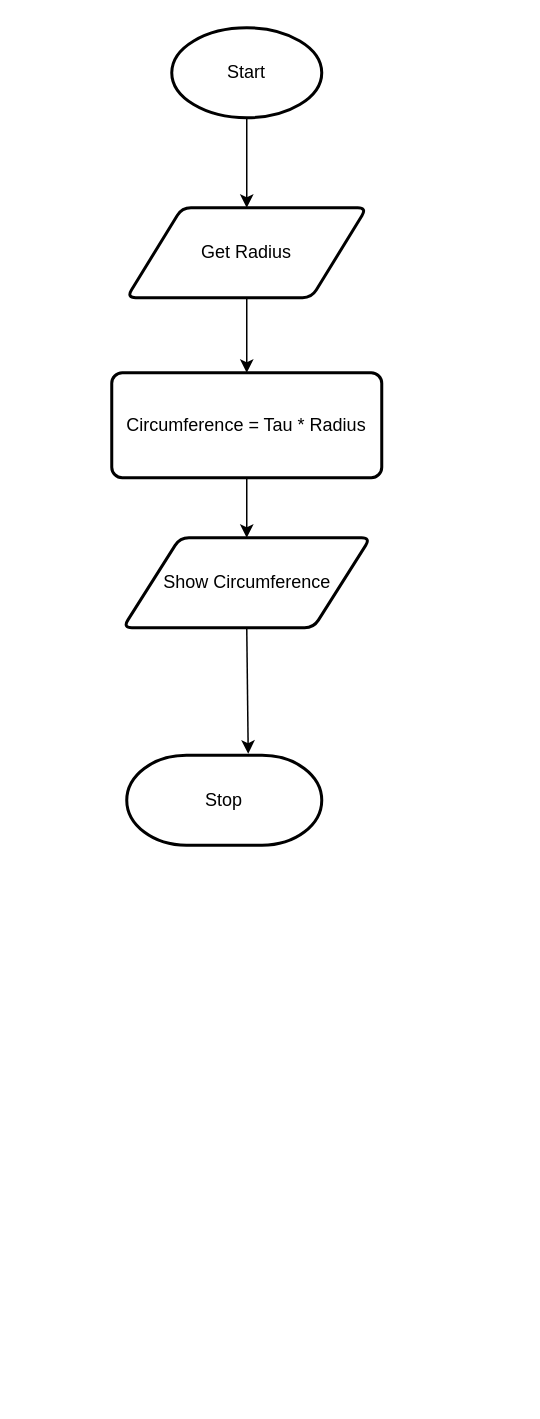
Ethan-Prieur1/ICS3U-Unit4-07-Python keeps this draw.io diagram as flowchart.drawio. Above is the earlier version. Source tidied: cells renumbered, new cells numbered last; positions are measured from the earlier drawing's top-left corner, leaving out a move shared by most shapes. Both pictures are drawn from the tidied source at 150%, with x=0, y=0 at pixel (111, 27).
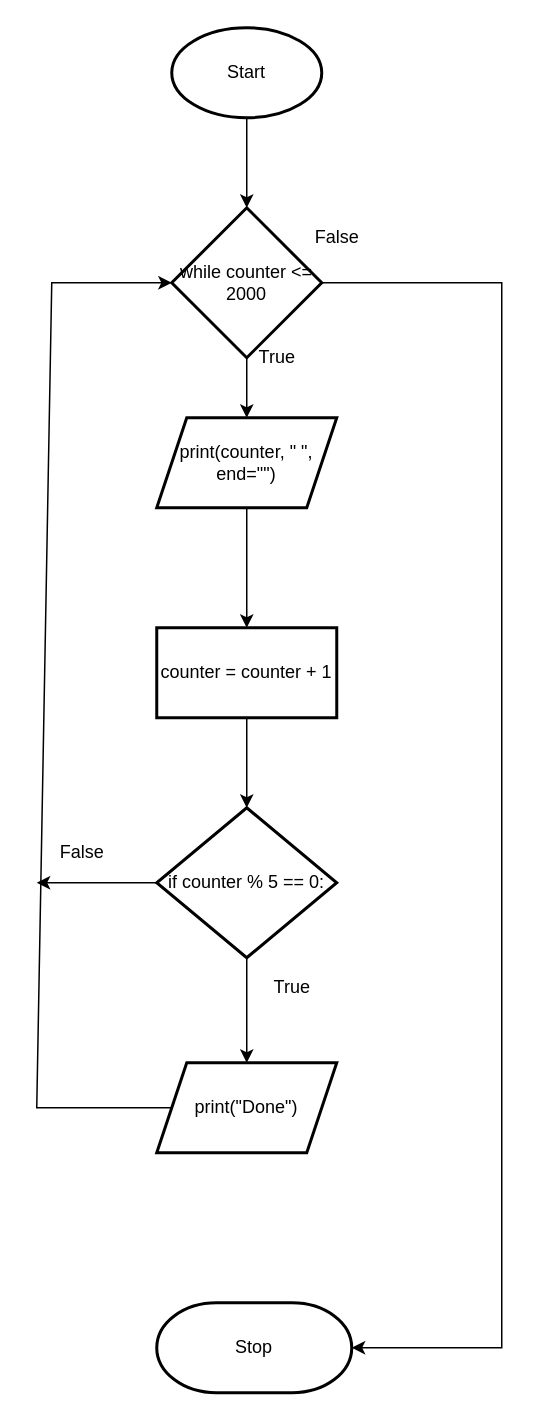
The same page after the edit.

Unchanged cells that the change refers to:
```xml
<mxCell id="3" value="Start" style="strokeWidth=2;html=1;shape=mxgraph.flowchart.start_1;whiteSpace=wrap;" parent="1" vertex="1">
  <mxGeometry x="40" width="100" height="60" as="geometry" />
</mxCell>
```

Change to the diagram source:
```diff
@@
-    <mxCell id="2" style="edgeStyle=none;html=1;exitX=0.5;exitY=1;exitDx=0;exitDy=0;exitPerimeter=0;entryX=0.5;entryY=0;entryDx=0;entryDy=0;" parent="1" edge="1" source="3" target="5">
-      <mxGeometry relative="1" as="geometry" />
+    <mxCell id="2" style="edgeStyle=none;html=1;exitX=0.5;exitY=1;exitDx=0;exitDy=0;exitPerimeter=0;entryX=0.5;entryY=0;entryDx=0;entryDy=0;" parent="1" edge="1" source="3">
+      <mxGeometry relative="1" as="geometry">
+        <mxPoint x="90" y="120" as="targetPoint" />
+      </mxGeometry>
     </mxCell>
@@
-    <mxCell id="4" style="edgeStyle=none;html=1;exitX=0.5;exitY=1;exitDx=0;exitDy=0;entryX=0.5;entryY=0;entryDx=0;entryDy=0;" parent="1" edge="1" source="5" target="7">
-      <mxGeometry relative="1" as="geometry" />
-    </mxCell>
-    <mxCell id="5" value="Get Radius" style="shape=parallelogram;html=1;strokeWidth=2;perimeter=parallelogramPerimeter;whiteSpace=wrap;rounded=1;arcSize=12;size=0.23;" parent="1" vertex="1">
-      <mxGeometry x="10" y="120" width="160" height="60" as="geometry" />
-    </mxCell>
-    <mxCell id="6" style="edgeStyle=none;html=1;exitX=0.5;exitY=1;exitDx=0;exitDy=0;entryX=0.5;entryY=0;entryDx=0;entryDy=0;" parent="1" edge="1" source="7" target="9">
-      <mxGeometry relative="1" as="geometry" />
-    </mxCell>
-    <mxCell id="7" value="Circumference = Tau * Radius" style="rounded=1;whiteSpace=wrap;html=1;absoluteArcSize=1;arcSize=14;strokeWidth=2;" parent="1" vertex="1">
-      <mxGeometry y="230" width="180" height="70" as="geometry" />
-    </mxCell>
-    <mxCell id="8" style="edgeStyle=none;html=1;exitX=0.5;exitY=1;exitDx=0;exitDy=0;entryX=0.623;entryY=-0.017;entryDx=0;entryDy=0;entryPerimeter=0;" parent="1" edge="1" source="9" target="10">
-      <mxGeometry relative="1" as="geometry" />
-    </mxCell>
-    <mxCell id="9" value="Show Circumference" style="shape=parallelogram;html=1;strokeWidth=2;perimeter=parallelogramPerimeter;whiteSpace=wrap;rounded=1;arcSize=12;size=0.23;" parent="1" vertex="1">
-      <mxGeometry x="7.5" y="340" width="165" height="60" as="geometry" />
-    </mxCell>
     <mxCell id="10" value="Stop" style="strokeWidth=2;html=1;shape=mxgraph.flowchart.terminator;whiteSpace=wrap;" parent="1" vertex="1">
-      <mxGeometry x="10" y="485" width="130" height="60" as="geometry" />
+      <mxGeometry x="30" y="850" width="130" height="60" as="geometry" />
     </mxCell>
+    <mxCell id="11" style="edgeStyle=none;html=1;" parent="1" edge="1" source="13" target="15">
+      <mxGeometry relative="1" as="geometry" />
+    </mxCell>
+    <mxCell id="12" style="edgeStyle=none;html=1;entryX=1;entryY=0.5;entryDx=0;entryDy=0;entryPerimeter=0;rounded=0;" parent="1" edge="1" source="13" target="10">
+      <mxGeometry relative="1" as="geometry">
+        <Array as="points">
+          <mxPoint x="260" y="170" />
+          <mxPoint x="260" y="880" />
+        </Array>
+      </mxGeometry>
+    </mxCell>
+    <mxCell id="13" value="while counter &amp;lt;= 2000" style="strokeWidth=2;html=1;shape=mxgraph.flowchart.decision;whiteSpace=wrap;" parent="1" vertex="1">
+      <mxGeometry x="40" y="120" width="100" height="100" as="geometry" />
+    </mxCell>
+    <mxCell id="14" style="edgeStyle=none;html=1;" parent="1" edge="1" source="15" target="17">
+      <mxGeometry relative="1" as="geometry" />
+    </mxCell>
+    <mxCell id="15" value="print(counter, &quot; &quot;, end=&quot;&quot;)" style="shape=parallelogram;perimeter=parallelogramPerimeter;whiteSpace=wrap;html=1;fixedSize=1;strokeWidth=2;" parent="1" vertex="1">
+      <mxGeometry x="30" y="260" width="120" height="60" as="geometry" />
+    </mxCell>
+    <mxCell id="16" style="edgeStyle=none;html=1;" parent="1" edge="1" source="17" target="20">
+      <mxGeometry relative="1" as="geometry" />
+    </mxCell>
+    <mxCell id="17" value="counter = counter + 1" style="whiteSpace=wrap;html=1;strokeWidth=2;" parent="1" vertex="1">
+      <mxGeometry x="30" y="400" width="120" height="60" as="geometry" />
+    </mxCell>
+    <mxCell id="18" style="edgeStyle=none;html=1;" parent="1" edge="1" source="20" target="22">
+      <mxGeometry relative="1" as="geometry" />
+    </mxCell>
+    <mxCell id="19" style="edgeStyle=none;rounded=0;html=1;" parent="1" edge="1" source="20">
+      <mxGeometry relative="1" as="geometry">
+        <mxPoint x="-50" y="570" as="targetPoint" />
+      </mxGeometry>
+    </mxCell>
+    <mxCell id="20" value="if counter % 5 == 0:" style="rhombus;whiteSpace=wrap;html=1;strokeWidth=2;" parent="1" vertex="1">
+      <mxGeometry x="30" y="520" width="120" height="100" as="geometry" />
+    </mxCell>
+    <mxCell id="21" style="edgeStyle=none;rounded=0;html=1;exitX=0;exitY=0.5;exitDx=0;exitDy=0;entryX=0;entryY=0.5;entryDx=0;entryDy=0;entryPerimeter=0;" parent="1" edge="1" source="22" target="13">
+      <mxGeometry relative="1" as="geometry">
+        <Array as="points">
+          <mxPoint x="-50" y="720" />
+          <mxPoint x="-40" y="170" />
+        </Array>
+      </mxGeometry>
+    </mxCell>
+    <mxCell id="22" value="print(&quot;Done&quot;)" style="shape=parallelogram;perimeter=parallelogramPerimeter;whiteSpace=wrap;html=1;fixedSize=1;strokeWidth=2;" parent="1" vertex="1">
+      <mxGeometry x="30" y="690" width="120" height="60" as="geometry" />
+    </mxCell>
+    <mxCell id="23" value="True" style="text;html=1;align=center;verticalAlign=middle;strokeColor=none;fillColor=none;" parent="1" vertex="1">
+      <mxGeometry x="100" y="630" width="40" height="20" as="geometry" />
+    </mxCell>
+    <mxCell id="24" value="True" style="text;html=1;align=center;verticalAlign=middle;strokeColor=none;fillColor=none;" parent="1" vertex="1">
+      <mxGeometry x="90" y="210" width="40" height="20" as="geometry" />
+    </mxCell>
+    <mxCell id="25" value="False" style="text;html=1;align=center;verticalAlign=middle;strokeColor=none;fillColor=none;" parent="1" vertex="1">
+      <mxGeometry x="-45" y="540" width="50" height="20" as="geometry" />
+    </mxCell>
+    <mxCell id="26" value="False" style="text;html=1;align=center;verticalAlign=middle;strokeColor=none;fillColor=none;" parent="1" vertex="1">
+      <mxGeometry x="125" y="130" width="50" height="20" as="geometry" />
+    </mxCell>
```
